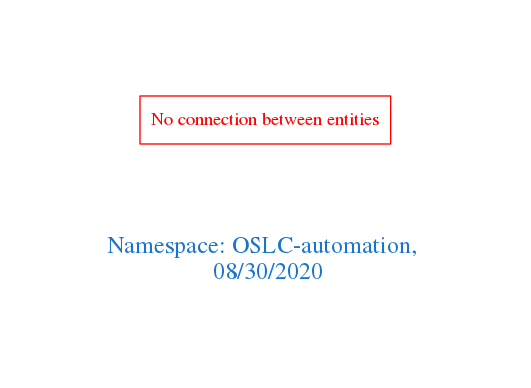
Earlier version of the Graphviz export downloads/OSLC-automation.png (arago/OGIT). Its source is kept beside it as downloads/OSLC-automation.dot.
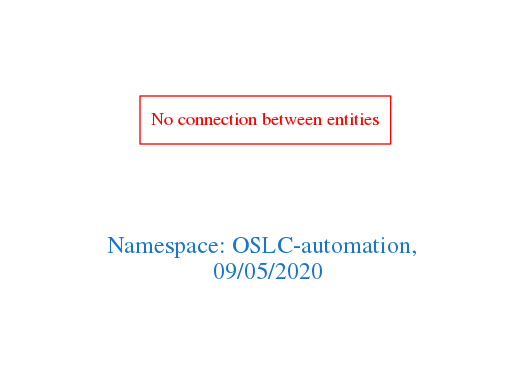
Above is the later version.

The edit, as a diff of the source:
```diff
@@ -1,7 +1,7 @@
 digraph OGIT_ontology {
  graph [ rankdir= LR,pad=1
 fontsize = 18,
-fontcolor= dodgerblue3,label = "\n\n\nNamespace: OSLC-automation, \n 08/30/2020"];
+fontcolor= dodgerblue3,label = "\n\n\nNamespace: OSLC-automation, \n 09/05/2020"];
 node[shape=polygon];
 edge [  color="gray81"];
 
```
